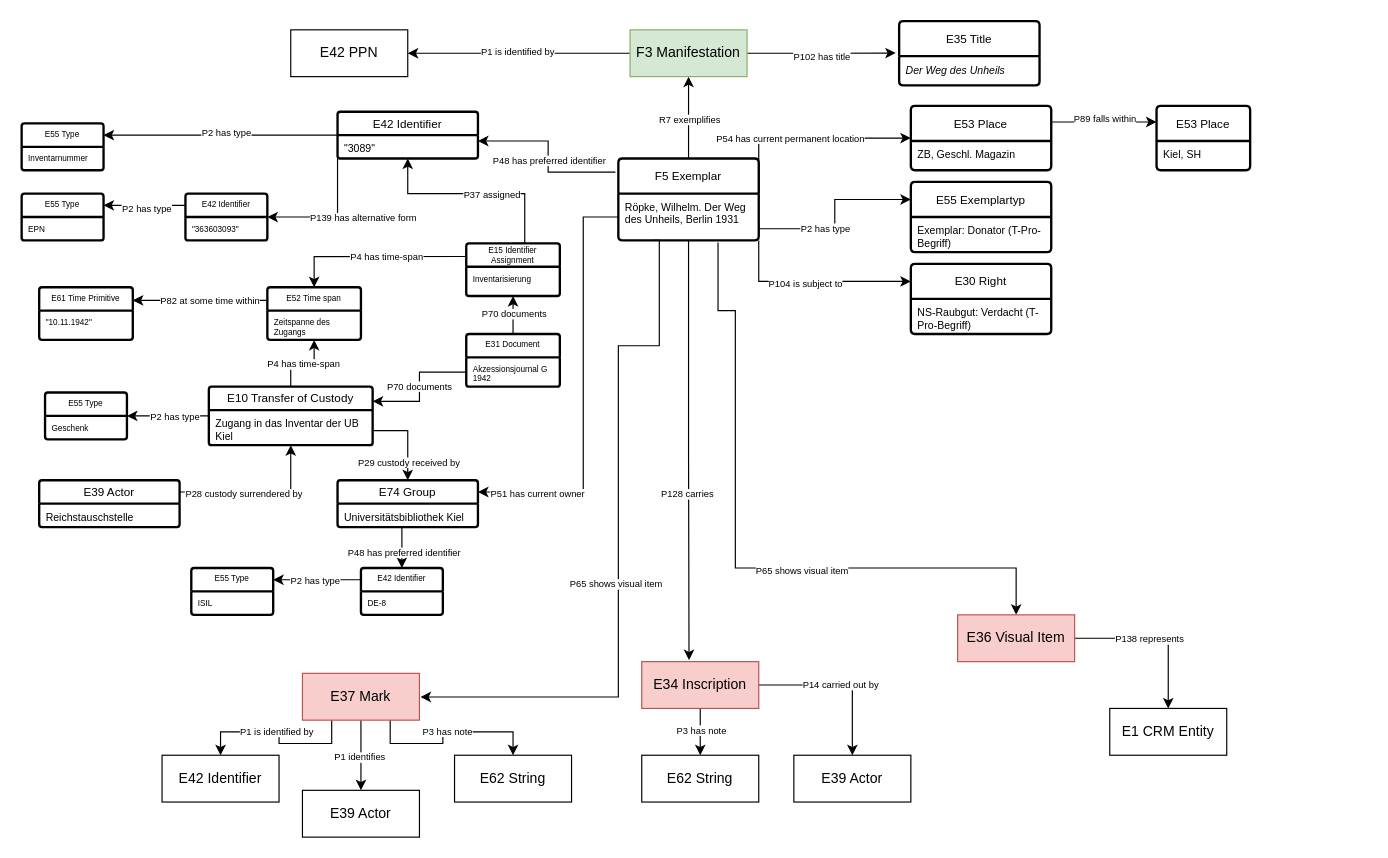
flxfschr/library-provenance-research keeps this draw.io diagram as praxis bsp domain ontology library provenance.drawio. Above is the earlier version. Source tidied: cells renumbered, new cells numbered last; positions are measured from the earlier drawing's top-left corner, leaving out a move shared by most shapes. Both pictures are drawn from the tidied source at 117%, with x=0, y=0 at pixel (21, 20).
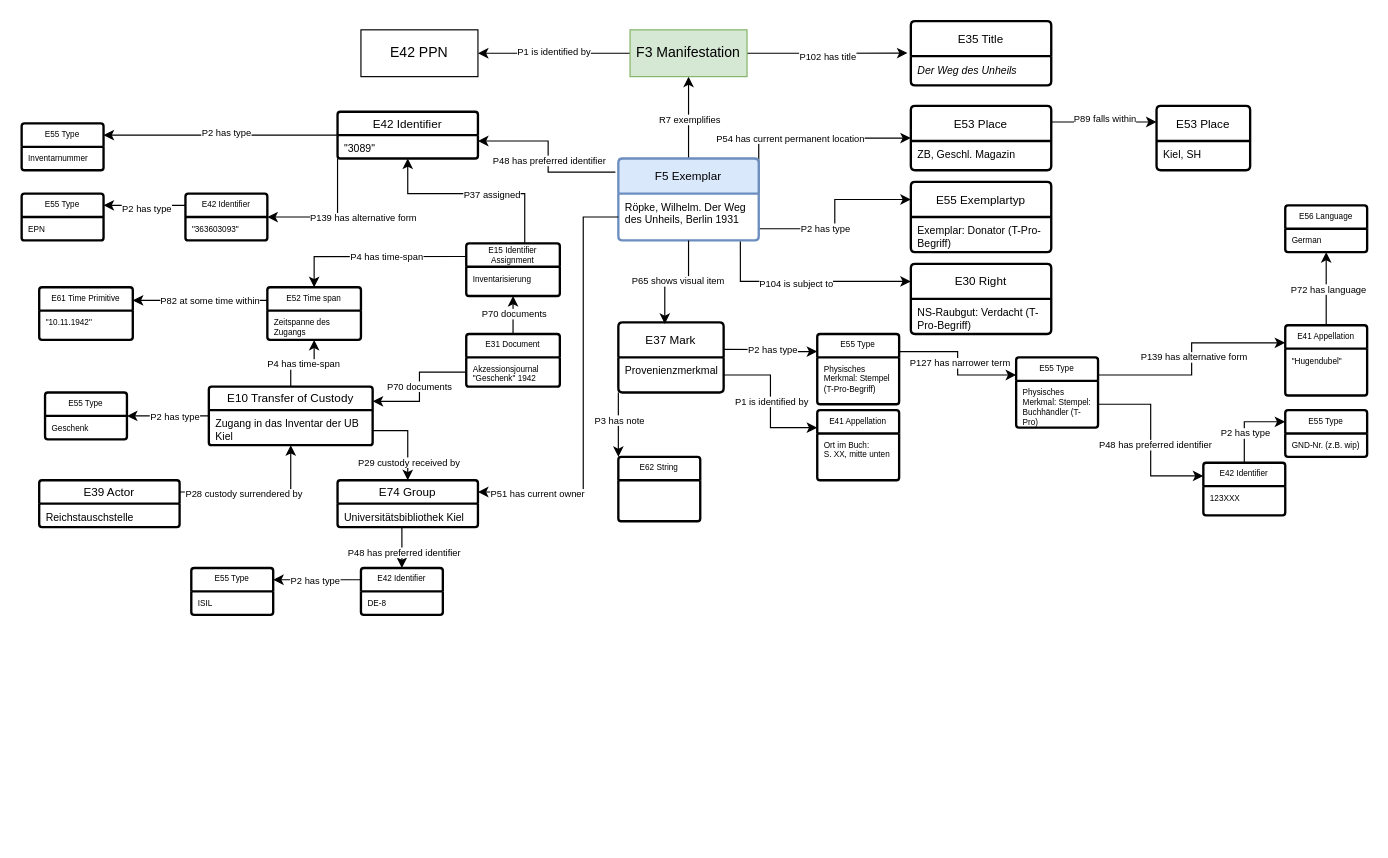
The same page after the edit.

Unchanged cells that the change refers to:
```xml
<mxCell id="44" value="Röpke, Wilhelm. Der Weg des Unheils, Berlin 1931" style="align=left;strokeColor=none;fillColor=none;spacingLeft=4;spacingRight=4;fontSize=9;verticalAlign=top;html=1;whiteSpace=wrap;" parent="43" vertex="1">
  <mxGeometry y="30" width="120" height="40" as="geometry" />
</mxCell>
<mxCell id="103" value="E31 Document" style="swimlane;horizontal=1;startSize=20;rounded=1;fontSize=7;fontStyle=0;strokeWidth=2;shadow=0;dashed=0;align=center;arcSize=4;whiteSpace=wrap;html=1;" parent="1" vertex="1">
  <mxGeometry x="380" y="268" width="80" height="45" as="geometry" />
</mxCell>
<mxCell id="113" value="E30 Right" style="swimlane;horizontal=1;startSize=30;rounded=1;fontSize=10;fontStyle=0;strokeWidth=2;shadow=0;dashed=0;align=center;arcSize=4;whiteSpace=wrap;html=1;" parent="1" vertex="1">
  <mxGeometry x="760" y="208" width="120" height="60" as="geometry" />
</mxCell>
```

What changed in the source:
```diff
@@
-    <mxCell id="8" style="edgeStyle=orthogonalEdgeStyle;rounded=0;jettySize=auto;html=1;exitX=0.25;exitY=1;exitDx=0;exitDy=0;entryX=1.009;entryY=0.506;entryDx=0;entryDy=0;entryPerimeter=0;" parent="1" edge="1" source="44" target="37">
-      <mxGeometry relative="1" as="geometry">
-        <Array as="points">
-          <mxPoint x="545" y="188" />
-          <mxPoint x="545" y="278" />
-          <mxPoint x="510" y="278" />
-          <mxPoint x="510" y="578" />
-        </Array>
-      </mxGeometry>
-    </mxCell>
-    <mxCell id="9" value="P65 shows visual item" style="edgeLabel;html=1;align=center;verticalAlign=middle;fontSize=8;" parent="8" vertex="1">
-      <mxGeometry x="0.11" y="-3" relative="1" as="geometry" />
-    </mxCell>
-    <mxCell id="10" style="edgeStyle=orthogonalEdgeStyle;rounded=0;jettySize=auto;html=1;exitX=0.71;exitY=1.044;exitDx=0;exitDy=0;entryX=0.5;entryY=0;entryDx=0;entryDy=0;exitPerimeter=0;" parent="1" edge="1" source="44" target="28">
-      <mxGeometry relative="1" as="geometry">
-        <Array as="points">
-          <mxPoint x="595" y="248" />
-          <mxPoint x="610" y="248" />
-          <mxPoint x="610" y="468" />
-          <mxPoint x="850" y="468" />
-        </Array>
-      </mxGeometry>
-    </mxCell>
-    <mxCell id="11" value="P65 shows visual item" style="edgeLabel;html=1;align=center;verticalAlign=middle;fontSize=8;" parent="10" vertex="1">
-      <mxGeometry x="0.22" y="-2" relative="1" as="geometry" />
-    </mxCell>
@@
-    <mxCell id="19" style="edgeStyle=orthogonalEdgeStyle;rounded=0;jettySize=auto;html=1;fontColor=#000000;fontSize=12;arcSize=12;" parent="1" edge="1" source="23" target="25">
-      <mxGeometry relative="1" as="geometry" />
-    </mxCell>
-    <mxCell id="20" value="P3 has note" style="edgeLabel;html=1;align=center;verticalAlign=middle;fontColor=#000000;fontSize=8;arcSize=12;" parent="19" vertex="1">
-      <mxGeometry x="-0.1" relative="1" as="geometry" />
-    </mxCell>
-    <mxCell id="21" style="edgeStyle=orthogonalEdgeStyle;rounded=0;jettySize=auto;html=1;fontColor=#000000;" parent="1" edge="1" source="23" target="24">
-      <mxGeometry relative="1" as="geometry" />
-    </mxCell>
-    <mxCell id="22" value="&lt;span&gt;P14 carried out by&lt;/span&gt;" style="edgeLabel;html=1;align=center;verticalAlign=middle;fontColor=#000000;fontSize=8;" parent="21" vertex="1">
-      <mxGeometry x="-0.01" y="1" relative="1" as="geometry" />
-    </mxCell>
-    <mxCell id="23" value="E34 Inscription" style="whiteSpace=wrap;html=1;align=center;fontSize=12;arcSize=12;fillColor=#f8cecc;strokeColor=#b85450;" parent="1" vertex="1">
-      <mxGeometry x="530" y="548" width="100" height="40" as="geometry" />
-    </mxCell>
-    <mxCell id="24" value="E39 Actor" style="whiteSpace=wrap;html=1;align=center;fontColor=#000000;fontSize=12;arcSize=12;" parent="1" vertex="1">
-      <mxGeometry x="660" y="628" width="100" height="40" as="geometry" />
-    </mxCell>
-    <mxCell id="25" value="E62 String" style="whiteSpace=wrap;html=1;align=center;fontColor=#000000;fontSize=12;arcSize=12;" parent="1" vertex="1">
-      <mxGeometry x="530" y="628" width="100" height="40" as="geometry" />
-    </mxCell>
-    <mxCell id="26" style="edgeStyle=orthogonalEdgeStyle;rounded=0;jettySize=auto;html=1;fontSize=12;arcSize=12;" parent="1" edge="1" source="28" target="29">
-      <mxGeometry relative="1" as="geometry" />
-    </mxCell>
-    <mxCell id="27" value="P138 represents" style="edgeLabel;html=1;align=center;verticalAlign=middle;fontSize=8;arcSize=12;" parent="26" vertex="1">
-      <mxGeometry x="-0.1" relative="1" as="geometry" />
-    </mxCell>
-    <mxCell id="28" value="E36 Visual Item" style="whiteSpace=wrap;html=1;align=center;fontSize=12;arcSize=12;fillColor=#f8cecc;strokeColor=#b85450;" parent="1" vertex="1">
-      <mxGeometry x="800" y="508" width="100" height="40" as="geometry" />
-    </mxCell>
-    <mxCell id="29" value="E1 CRM Entity" style="whiteSpace=wrap;html=1;align=center;fontSize=12;arcSize=12;" parent="1" vertex="1">
-      <mxGeometry x="930" y="588" width="100" height="40" as="geometry" />
-    </mxCell>
     <mxCell id="30" value="E42 PPN" style="whiteSpace=wrap;html=1;align=center;fontSize=12;arcSize=12;" parent="1" vertex="1">
-      <mxGeometry x="230" y="8" width="100" height="40" as="geometry" />
+      <mxGeometry x="290" y="8" width="100" height="40" as="geometry" />
     </mxCell>
-    <mxCell id="31" style="edgeStyle=orthogonalEdgeStyle;rounded=0;jettySize=auto;html=1;exitX=0.25;exitY=1;exitDx=0;exitDy=0;entryX=0.5;entryY=0;entryDx=0;entryDy=0;" parent="1" edge="1" source="37" target="38">
-      <mxGeometry relative="1" as="geometry" />
-    </mxCell>
-    <mxCell id="32" value="P1 is identified by" style="edgeLabel;html=1;align=center;verticalAlign=middle;fontSize=8;" parent="31" vertex="1">
-      <mxGeometry x="0.07" y="-1" relative="1" as="geometry" />
-    </mxCell>
-    <mxCell id="33" style="edgeStyle=orthogonalEdgeStyle;rounded=0;jettySize=auto;html=1;exitX=0.75;exitY=1;exitDx=0;exitDy=0;entryX=0.5;entryY=0;entryDx=0;entryDy=0;" parent="1" edge="1" source="37" target="39">
-      <mxGeometry relative="1" as="geometry" />
-    </mxCell>
-    <mxCell id="34" value="P3 has note" style="edgeLabel;html=1;align=center;verticalAlign=middle;fontSize=8;" parent="33" vertex="1">
-      <mxGeometry y="1" relative="1" as="geometry" />
-    </mxCell>
-    <mxCell id="35" style="edgeStyle=orthogonalEdgeStyle;rounded=0;jettySize=auto;html=1;exitX=0.5;exitY=1;exitDx=0;exitDy=0;entryX=0.5;entryY=0;entryDx=0;entryDy=0;" parent="1" edge="1" source="37" target="40">
-      <mxGeometry relative="1" as="geometry" />
-    </mxCell>
-    <mxCell id="36" value="P1 identifies" style="edgeLabel;html=1;align=center;verticalAlign=middle;fontSize=8;" parent="35" vertex="1">
-      <mxGeometry x="0.02" y="-2" relative="1" as="geometry" />
-    </mxCell>
-    <mxCell id="37" value="E37 Mark" style="whiteSpace=wrap;html=1;align=center;fillColor=#f8cecc;strokeColor=#b85450;" parent="1" vertex="1">
-      <mxGeometry x="240" y="558" width="100" height="40" as="geometry" />
-    </mxCell>
-    <mxCell id="38" value="E42 Identifier" style="whiteSpace=wrap;html=1;align=center;fontSize=12;arcSize=12;" parent="1" vertex="1">
-      <mxGeometry x="120" y="628" width="100" height="40" as="geometry" />
-    </mxCell>
-    <mxCell id="39" value="&lt;span style=&quot;color: rgb(0, 0, 0);&quot;&gt;E62 String&lt;/span&gt;" style="whiteSpace=wrap;html=1;align=center;fontColor=#B3B3B3;fontSize=12;arcSize=12;" parent="1" vertex="1">
-      <mxGeometry x="370" y="628" width="100" height="40" as="geometry" />
-    </mxCell>
-    <mxCell id="40" value="E39 Actor" style="whiteSpace=wrap;html=1;align=center;fontColor=#000000;fontSize=12;arcSize=12;" parent="1" vertex="1">
-      <mxGeometry x="240" y="658" width="100" height="40" as="geometry" />
-    </mxCell>
-    <mxCell id="41" style="edgeStyle=orthogonalEdgeStyle;rounded=0;jettySize=auto;html=1;exitX=0.5;exitY=1;exitDx=0;exitDy=0;entryX=0.404;entryY=-0.032;entryDx=0;entryDy=0;entryPerimeter=0;" parent="1" edge="1" source="44" target="23">
-      <mxGeometry relative="1" as="geometry" />
-    </mxCell>
-    <mxCell id="42" value="P128 carries" style="edgeLabel;html=1;align=center;verticalAlign=middle;fontSize=8;" parent="41" vertex="1">
-      <mxGeometry x="0.21" y="-2" relative="1" as="geometry" />
-    </mxCell>
-    <mxCell id="43" value="F5 Exemplar" style="swimlane;horizontal=1;startSize=30;rounded=1;fontSize=10;fontStyle=0;strokeWidth=2;shadow=0;dashed=0;align=center;arcSize=4;whiteSpace=wrap;html=1;" parent="1" vertex="1">
+    <mxCell id="43" value="F5 Exemplar" style="swimlane;horizontal=1;startSize=30;rounded=1;fontSize=10;fontStyle=0;strokeWidth=2;shadow=0;dashed=0;align=center;arcSize=4;whiteSpace=wrap;html=1;fillColor=#dae8fc;strokeColor=#6c8ebf;" parent="1" vertex="1">
       <mxGeometry x="510" y="118" width="120" height="70" as="geometry" />
     </mxCell>
@@
     <mxCell id="45" value="E35 Title" style="swimlane;horizontal=1;startSize=30;rounded=1;fontSize=10;fontStyle=0;strokeWidth=2;shadow=0;dashed=0;align=center;arcSize=4;whiteSpace=wrap;html=1;" parent="1" vertex="1">
-      <mxGeometry x="750" y="0.5" width="120" height="55" as="geometry" />
+      <mxGeometry x="760" y="0.5" width="120" height="55" as="geometry" />
     </mxCell>
@@
-    <mxCell id="104" value="Akzessionsjournal G 1942" style="align=left;strokeColor=none;fillColor=none;spacingLeft=4;spacingRight=4;fontSize=7;verticalAlign=top;html=1;whiteSpace=wrap;" parent="103" vertex="1">
+    <mxCell id="104" value="Akzessionsjournal &quot;Geschenk&quot; 1942" style="align=left;strokeColor=none;fillColor=none;spacingLeft=4;spacingRight=4;fontSize=7;verticalAlign=top;html=1;whiteSpace=wrap;" parent="103" vertex="1">
       <mxGeometry y="20" width="80" height="25" as="geometry" />
     </mxCell>
@@
-    <mxCell id="111" style="edgeStyle=orthogonalEdgeStyle;rounded=0;jettySize=auto;html=1;exitX=1;exitY=1;exitDx=0;exitDy=0;entryX=0;entryY=0.25;entryDx=0;entryDy=0;" parent="1" edge="1" source="44" target="113">
+    <mxCell id="111" style="edgeStyle=orthogonalEdgeStyle;rounded=0;jettySize=auto;html=1;exitX=0.869;exitY=1.024;exitDx=0;exitDy=0;entryX=0;entryY=0.25;entryDx=0;entryDy=0;exitPerimeter=0;" parent="1" edge="1" source="44" target="113">
       <mxGeometry relative="1" as="geometry" />
     </mxCell>
@@
+    <mxCell id="117" style="edgeStyle=orthogonalEdgeStyle;rounded=0;jettySize=auto;html=1;exitX=1;exitY=0.386;exitDx=0;exitDy=0;entryX=0;entryY=0.25;entryDx=0;entryDy=0;exitPerimeter=0;" parent="1" edge="1" source="37" target="123">
+      <mxGeometry relative="1" as="geometry" />
+    </mxCell>
+    <mxCell id="118" value="P2 has type" style="edgeLabel;html=1;align=center;verticalAlign=middle;fontSize=8;" parent="117" vertex="1">
+      <mxGeometry x="-0.01" y="1" relative="1" as="geometry" />
+    </mxCell>
+    <mxCell id="37" value="E37 Mark" style="swimlane;horizontal=1;startSize=30;rounded=1;fontSize=10;fontStyle=0;strokeWidth=2;shadow=0;dashed=0;align=center;arcSize=4;whiteSpace=wrap;html=1;" parent="1" vertex="1">
+      <mxGeometry x="510" y="258" width="90" height="60" as="geometry" />
+    </mxCell>
+    <mxCell id="119" value="Provenienzmerkmal" style="align=left;strokeColor=none;fillColor=none;spacingLeft=4;spacingRight=4;fontSize=9;verticalAlign=top;html=1;whiteSpace=wrap;" parent="37" vertex="1">
+      <mxGeometry y="30" width="90" height="30" as="geometry" />
+    </mxCell>
+    <mxCell id="8" style="edgeStyle=orthogonalEdgeStyle;rounded=0;jettySize=auto;html=1;exitX=0.5;exitY=1;exitDx=0;exitDy=0;entryX=0.441;entryY=0.022;entryDx=0;entryDy=0;entryPerimeter=0;" parent="1" edge="1" source="44" target="37">
+      <mxGeometry relative="1" as="geometry" />
+    </mxCell>
+    <mxCell id="120" value="P65 shows visual item" style="edgeLabel;html=1;align=center;verticalAlign=middle;fontSize=8;" parent="8" vertex="1">
+      <mxGeometry x="-0.02" y="-1" relative="1" as="geometry" />
+    </mxCell>
+    <mxCell id="121" style="edgeStyle=orthogonalEdgeStyle;rounded=0;jettySize=auto;html=1;exitX=1;exitY=0.25;exitDx=0;exitDy=0;entryX=0;entryY=0.25;entryDx=0;entryDy=0;" parent="1" edge="1" source="123" target="133">
+      <mxGeometry relative="1" as="geometry" />
+    </mxCell>
+    <mxCell id="122" value="P127 has narrower term" style="edgeLabel;html=1;align=center;verticalAlign=middle;fontSize=8;" parent="121" vertex="1">
+      <mxGeometry x="-0.02" y="1" relative="1" as="geometry" />
+    </mxCell>
+    <mxCell id="123" value="E55 Type" style="swimlane;horizontal=1;startSize=20;rounded=1;fontSize=7;fontStyle=0;strokeWidth=2;shadow=0;dashed=0;align=center;arcSize=4;whiteSpace=wrap;html=1;" parent="1" vertex="1">
+      <mxGeometry x="680" y="268" width="70" height="60" as="geometry" />
+    </mxCell>
+    <mxCell id="124" value="Physisches Merkmal: Stempel (T-Pro-Begriff)&amp;nbsp;" style="align=left;strokeColor=none;fillColor=none;spacingLeft=4;spacingRight=4;fontSize=7;verticalAlign=top;html=1;whiteSpace=wrap;" parent="123" vertex="1">
+      <mxGeometry y="20" width="70" height="40" as="geometry" />
+    </mxCell>
+    <mxCell id="125" value="E41 Appellation" style="swimlane;horizontal=1;startSize=20;rounded=1;fontSize=7;fontStyle=0;strokeWidth=2;shadow=0;dashed=0;align=center;arcSize=4;whiteSpace=wrap;html=1;" parent="1" vertex="1">
+      <mxGeometry x="680" y="333" width="70" height="60" as="geometry" />
+    </mxCell>
+    <mxCell id="126" value="&lt;div&gt;Ort im Buch:&lt;/div&gt;&lt;div&gt;S. XX, mitte unten&lt;/div&gt;" style="align=left;strokeColor=none;fillColor=none;spacingLeft=4;spacingRight=4;fontSize=7;verticalAlign=top;html=1;whiteSpace=wrap;" parent="125" vertex="1">
+      <mxGeometry y="20" width="70" height="40" as="geometry" />
+    </mxCell>
+    <mxCell id="127" style="edgeStyle=orthogonalEdgeStyle;rounded=0;jettySize=auto;html=1;exitX=1;exitY=0.5;exitDx=0;exitDy=0;entryX=0;entryY=0.25;entryDx=0;entryDy=0;" parent="1" edge="1" source="119" target="125">
+      <mxGeometry relative="1" as="geometry" />
+    </mxCell>
+    <mxCell id="32" value="P1 is identified by" style="edgeLabel;html=1;align=center;verticalAlign=middle;fontSize=8;" parent="127" vertex="1">
+      <mxGeometry x="-0.01" relative="1" as="geometry" />
+    </mxCell>
+    <mxCell id="128" value="E62 String" style="swimlane;horizontal=1;startSize=20;rounded=1;fontSize=7;fontStyle=0;strokeWidth=2;shadow=0;dashed=0;align=center;arcSize=4;whiteSpace=wrap;html=1;" parent="1" vertex="1">
+      <mxGeometry x="510" y="373" width="70" height="55" as="geometry" />
+    </mxCell>
+    <mxCell id="129" value="&lt;div&gt;&lt;br&gt;&lt;/div&gt;" style="align=left;strokeColor=none;fillColor=none;spacingLeft=4;spacingRight=4;fontSize=7;verticalAlign=top;html=1;whiteSpace=wrap;" parent="128" vertex="1">
+      <mxGeometry y="20" width="70" height="35" as="geometry" />
+    </mxCell>
+    <mxCell id="130" style="edgeStyle=orthogonalEdgeStyle;rounded=0;jettySize=auto;html=1;exitX=0;exitY=1;exitDx=0;exitDy=0;entryX=0;entryY=0;entryDx=0;entryDy=0;" parent="1" edge="1" source="119" target="128">
+      <mxGeometry relative="1" as="geometry" />
+    </mxCell>
+    <mxCell id="34" value="P3 has note" style="edgeLabel;html=1;align=center;verticalAlign=middle;fontSize=8;" parent="130" vertex="1">
+      <mxGeometry x="-0.18" relative="1" as="geometry" />
+    </mxCell>
+    <mxCell id="131" style="edgeStyle=orthogonalEdgeStyle;rounded=0;jettySize=auto;html=1;exitX=1;exitY=0.25;exitDx=0;exitDy=0;entryX=0;entryY=0.25;entryDx=0;entryDy=0;" parent="1" edge="1" source="133" target="137">
+      <mxGeometry relative="1" as="geometry" />
+    </mxCell>
+    <mxCell id="132" value="P139 has alternative form" style="edgeLabel;html=1;align=center;verticalAlign=middle;fontSize=8;" parent="131" vertex="1">
+      <mxGeometry x="0.02" y="-1" relative="1" as="geometry" />
+    </mxCell>
+    <mxCell id="133" value="E55 Type" style="swimlane;horizontal=1;startSize=20;rounded=1;fontSize=7;fontStyle=0;strokeWidth=2;shadow=0;dashed=0;align=center;arcSize=4;whiteSpace=wrap;html=1;" parent="1" vertex="1">
+      <mxGeometry x="850" y="288" width="70" height="60" as="geometry" />
+    </mxCell>
+    <mxCell id="134" value="Physisches Merkmal: Stempel: Buchhändler (T-Pro)&amp;nbsp;" style="align=left;strokeColor=none;fillColor=none;spacingLeft=4;spacingRight=4;fontSize=7;verticalAlign=top;html=1;whiteSpace=wrap;" parent="133" vertex="1">
+      <mxGeometry y="20" width="70" height="40" as="geometry" />
+    </mxCell>
+    <mxCell id="135" style="edgeStyle=orthogonalEdgeStyle;rounded=0;jettySize=auto;html=1;exitX=0.5;exitY=0;exitDx=0;exitDy=0;entryX=0.5;entryY=1;entryDx=0;entryDy=0;" parent="1" edge="1" source="137" target="140">
+      <mxGeometry relative="1" as="geometry" />
+    </mxCell>
+    <mxCell id="136" value="P72 has language" style="edgeLabel;html=1;align=center;verticalAlign=middle;fontSize=8;" parent="135" vertex="1">
+      <mxGeometry y="-1" relative="1" as="geometry" />
+    </mxCell>
+    <mxCell id="137" value="E41 Appellation" style="swimlane;horizontal=1;startSize=20;rounded=1;fontSize=7;fontStyle=0;strokeWidth=2;shadow=0;dashed=0;align=center;arcSize=4;whiteSpace=wrap;html=1;" parent="1" vertex="1">
+      <mxGeometry x="1080" y="260.5" width="70" height="60" as="geometry" />
+    </mxCell>
+    <mxCell id="138" value="&quot;Hugendubel&quot;" style="align=left;strokeColor=none;fillColor=none;spacingLeft=4;spacingRight=4;fontSize=7;verticalAlign=top;html=1;whiteSpace=wrap;" parent="137" vertex="1">
+      <mxGeometry y="20" width="70" height="40" as="geometry" />
+    </mxCell>
+    <mxCell id="139" value="E56 Language" style="swimlane;horizontal=1;startSize=20;rounded=1;fontSize=7;fontStyle=0;strokeWidth=2;shadow=0;dashed=0;align=center;arcSize=4;whiteSpace=wrap;html=1;" parent="1" vertex="1">
+      <mxGeometry x="1080" y="158" width="70" height="40" as="geometry" />
+    </mxCell>
+    <mxCell id="140" value="German" style="align=left;strokeColor=none;fillColor=none;spacingLeft=4;spacingRight=4;fontSize=7;verticalAlign=top;html=1;whiteSpace=wrap;" parent="139" vertex="1">
+      <mxGeometry y="20" width="70" height="20" as="geometry" />
+    </mxCell>
+    <mxCell id="141" style="edgeStyle=orthogonalEdgeStyle;rounded=0;jettySize=auto;html=1;exitX=0.5;exitY=0;exitDx=0;exitDy=0;entryX=0;entryY=0.25;entryDx=0;entryDy=0;" parent="1" edge="1" source="38" target="144">
+      <mxGeometry relative="1" as="geometry" />
+    </mxCell>
+    <mxCell id="142" value="P2 has type" style="edgeLabel;html=1;align=center;verticalAlign=middle;fontSize=8;" parent="141" vertex="1">
+      <mxGeometry x="-0.26" relative="1" as="geometry" />
+    </mxCell>
+    <mxCell id="38" value="E42 Identifier" style="swimlane;horizontal=1;startSize=20;rounded=1;fontSize=7;fontStyle=0;strokeWidth=2;shadow=0;dashed=0;align=center;arcSize=4;whiteSpace=wrap;html=1;" parent="1" vertex="1">
+      <mxGeometry x="1010" y="378" width="70" height="45" as="geometry" />
+    </mxCell>
+    <mxCell id="143" value="123XXX" style="align=left;strokeColor=none;fillColor=none;spacingLeft=4;spacingRight=4;fontSize=7;verticalAlign=top;html=1;whiteSpace=wrap;" parent="38" vertex="1">
+      <mxGeometry y="20" width="70" height="25" as="geometry" />
+    </mxCell>
+    <mxCell id="144" value="E55 Type" style="swimlane;horizontal=1;startSize=20;rounded=1;fontSize=7;fontStyle=0;strokeWidth=2;shadow=0;dashed=0;align=center;arcSize=4;whiteSpace=wrap;html=1;" parent="1" vertex="1">
+      <mxGeometry x="1080" y="333" width="70" height="40" as="geometry" />
+    </mxCell>
+    <mxCell id="145" value="GND-Nr. (z.B. wip)" style="align=left;strokeColor=none;fillColor=none;spacingLeft=4;spacingRight=4;fontSize=7;verticalAlign=top;html=1;whiteSpace=wrap;" parent="144" vertex="1">
+      <mxGeometry y="20" width="70" height="20" as="geometry" />
+    </mxCell>
+    <mxCell id="146" style="edgeStyle=orthogonalEdgeStyle;rounded=0;jettySize=auto;html=1;exitX=1;exitY=0.5;exitDx=0;exitDy=0;entryX=0;entryY=0.25;entryDx=0;entryDy=0;" parent="1" edge="1" source="134" target="38">
+      <mxGeometry relative="1" as="geometry" />
+    </mxCell>
+    <mxCell id="147" value="P48 has preferred identifier" style="edgeLabel;html=1;align=center;verticalAlign=middle;fontSize=8;" parent="146" vertex="1">
+      <mxGeometry x="0.05" y="3" relative="1" as="geometry" />
+    </mxCell>
```
